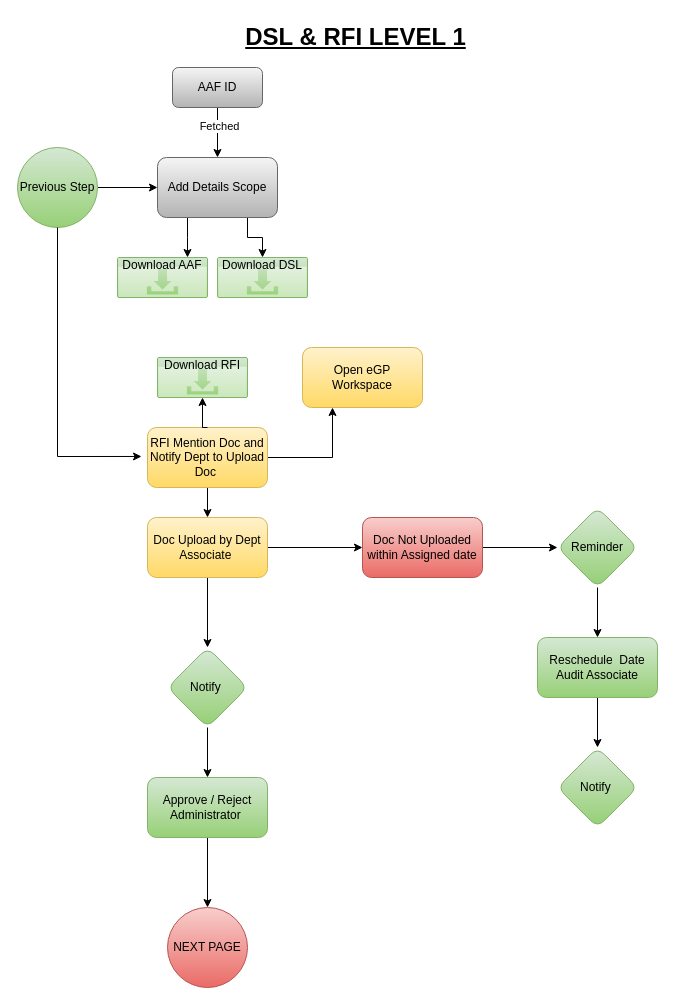
The draw.io diagram page "DSL & RFI" (4 of 31) of ERM & IA DFD.drawio in AvikM1996/draw.io, before the edit. Source tidied: cells renumbered, new cells numbered last; positions are measured from the earlier drawing's top-left corner, leaving out a move shared by most shapes. Both pictures are drawn from the tidied source at 100%, with x=0, y=0 at pixel (17, 17).
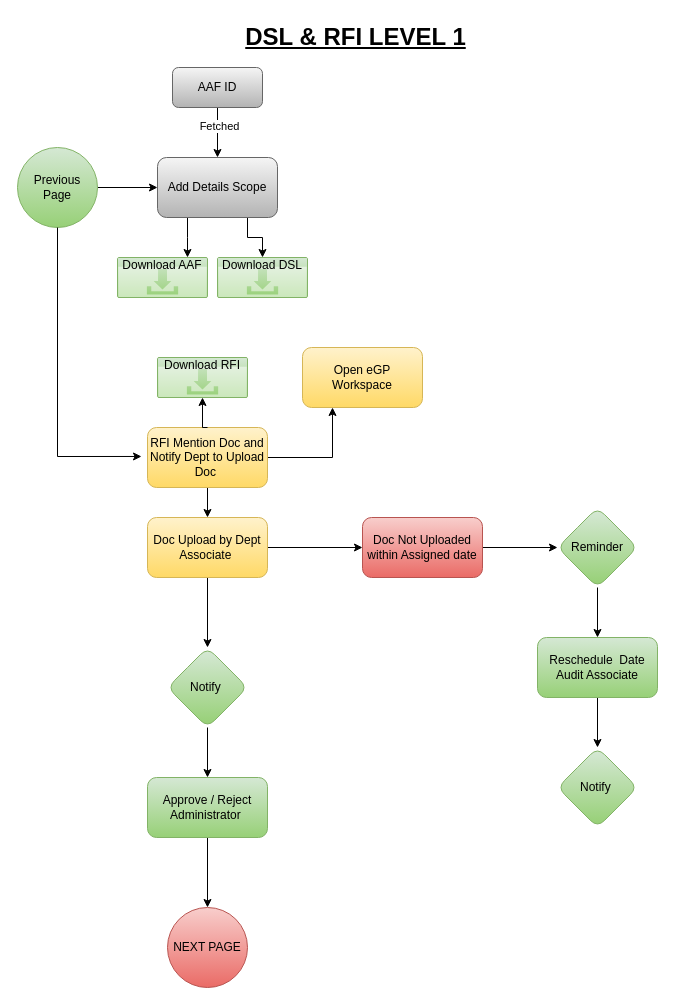
The same page after the edit.

What changed in the source:
```diff
@@
-    <mxCell id="18" value="Previous Step" style="ellipse;whiteSpace=wrap;html=1;fillColor=#d5e8d4;strokeColor=#82b366;gradientColor=#97d077;" parent="1" vertex="1">
+    <mxCell id="18" value="Previous Page" style="ellipse;whiteSpace=wrap;html=1;fillColor=#d5e8d4;strokeColor=#82b366;gradientColor=#97d077;" parent="1" vertex="1">
       <mxGeometry y="130" width="80" height="80" as="geometry" />
     </mxCell>
```
